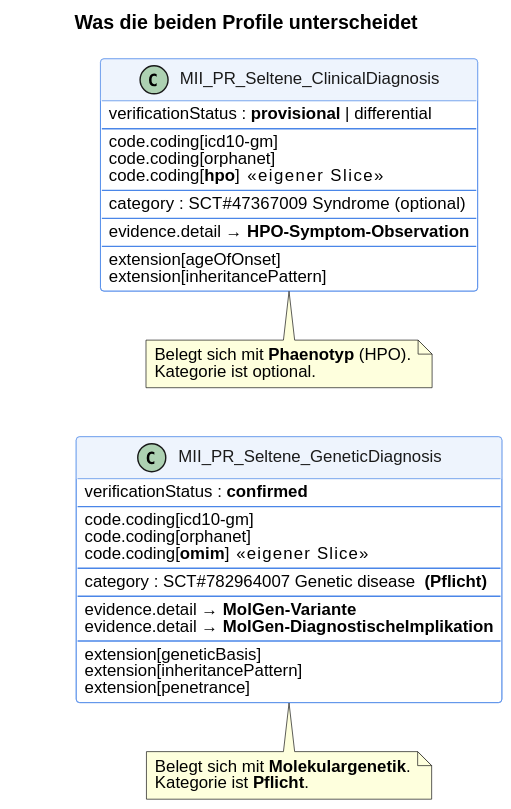
This is input/images/diagnose-klinisch-vs-genetisch.svg from medizininformatik-initiative/kerndatensatzmodul-seltene-erkrankungen, a PlantUML export, as it was before one commit. Its diagram source:
```plantuml
@startuml
left to right direction
skinparam backgroundColor transparent
skinparam shadowing false
skinparam defaultFontName Helvetica
skinparam defaultFontSize 12
skinparam ArrowColor #555555
skinparam class {
  BorderColor #4a86e8
  BackgroundColor #ffffff
  HeaderBackgroundColor #eef4fd
  FontColor #1a1a1a
}

title Was die beiden Profile unterscheidet

class "MII_PR_Seltene_ClinicalDiagnosis" as C {
  verificationStatus : **provisional** | differential
  --
  code.coding[icd10-gm]
  code.coding[orphanet]
  code.coding[**hpo**]      << eigener Slice >>
  --
  category : SCT#47367009 Syndrome  (optional)
  --
  evidence.detail → **HPO-Symptom-Observation**
  --
  extension[ageOfOnset]
  extension[inheritancePattern]
}

class "MII_PR_Seltene_GeneticDiagnosis" as G {
  verificationStatus : **confirmed**
  --
  code.coding[icd10-gm]
  code.coding[orphanet]
  code.coding[**omim**]     << eigener Slice >>
  --
  category : SCT#782964007 Genetic disease  **(Pflicht)**
  --
  evidence.detail → **MolGen-Variante**
  evidence.detail → **MolGen-DiagnostischeImplikation**
  --
  extension[geneticBasis]
  extension[inheritancePattern]
  extension[penetrance]
}

C -[hidden]right-> G

note bottom of C
  Belegt sich mit **Phaenotyp** (HPO).
  Kategorie ist optional.
end note

note bottom of G
  Belegt sich mit **Molekulargenetik**.
  Kategorie ist **Pflicht**.
end note
@enduml
```
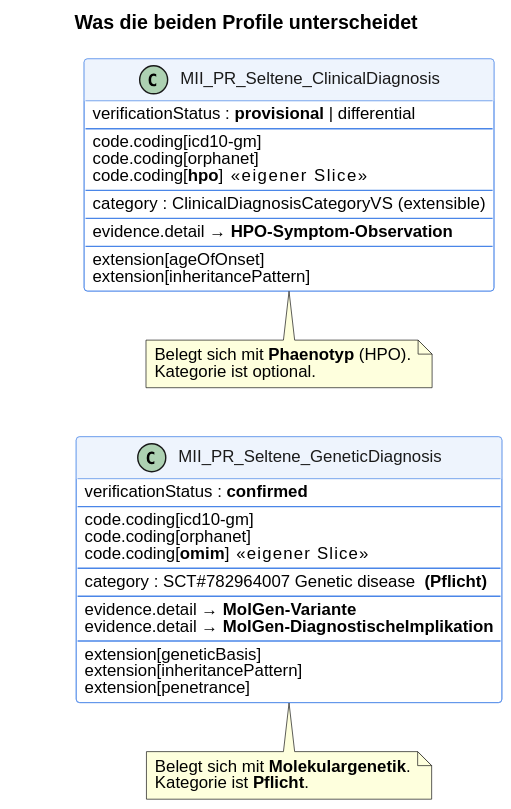
Later version of the same file.

Diff of the diagram source:
```diff
@@ -21,7 +21,7 @@
   code.coding[orphanet]
   code.coding[**hpo**]      << eigener Slice >>
   --
-  category : SCT#47367009 Syndrome  (optional)
+  category : ClinicalDiagnosisCategoryVS  (extensible)
   --
   evidence.detail → **HPO-Symptom-Observation**
   --
```
